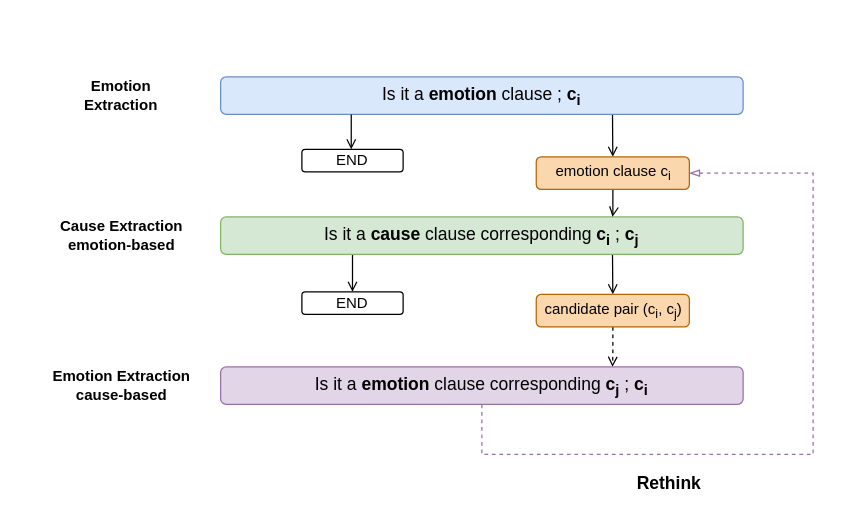
This is Untitled Diagram.drawio from zhoucz97/myLearning, a draw.io file, before an edit. Source tidied: cells renumbered, new cells numbered last; positions are measured from the earlier drawing's top-left corner, leaving out a move shared by most shapes. Both pictures are drawn from the tidied source at 125%, with x=0, y=0 at pixel (29, 76).
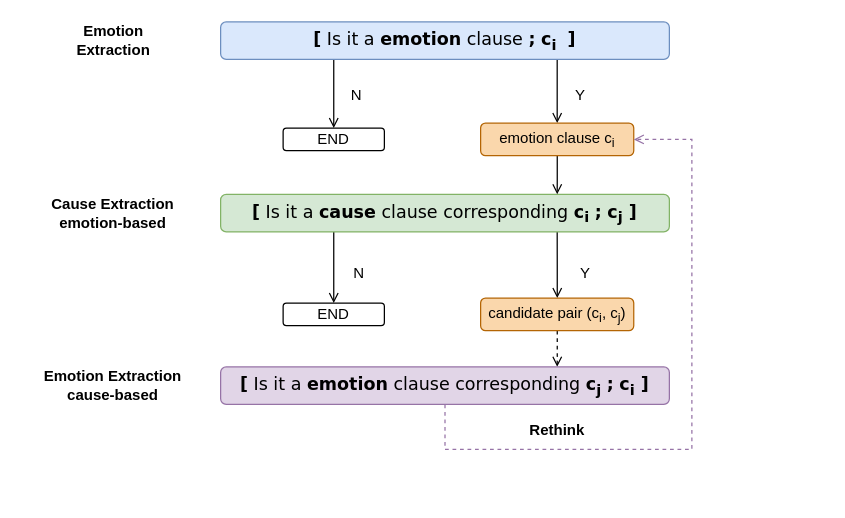
Above is the later version.

What changed in the source:
```diff
@@
+    <mxCell id="4" style="edgeStyle=orthogonalEdgeStyle;rounded=0;jettySize=auto;html=1;entryX=0.5;entryY=0;entryDx=0;entryDy=0;endArrow=open;endFill=0;" parent="1" edge="1" source="3" target="5">
+      <mxGeometry relative="1" as="geometry">
+        <Array as="points">
+          <mxPoint x="243" y="13" />
+        </Array>
+      </mxGeometry>
+    </mxCell>
-    <mxCell id="3" value="&lt;font style=&quot;font-size: 14px&quot;&gt;Is it a &lt;b&gt;emotion&lt;/b&gt; clause ; &lt;b&gt;c&lt;sub&gt;i&lt;/sub&gt;&lt;/b&gt;&lt;/font&gt;" style="rounded=1;whiteSpace=wrap;html=1;fillColor=#dae8fc;strokeColor=#6c8ebf;" parent="1" vertex="1">
-      <mxGeometry x="153" width="418" height="30" as="geometry" />
+    <mxCell id="3" value="&lt;font style=&quot;font-size: 14px&quot; face=&quot;Verdana&quot;&gt;&lt;b&gt;[&lt;/b&gt; Is it a &lt;b&gt;emotion&lt;/b&gt; clause &lt;b&gt;;&lt;/b&gt; &lt;b&gt;c&lt;/b&gt;&lt;sub style=&quot;font-weight: bold&quot;&gt;i&amp;nbsp;&lt;/sub&gt;&lt;b&gt;&amp;nbsp;]&lt;/b&gt;&lt;/font&gt;" style="rounded=1;whiteSpace=wrap;html=1;fillColor=#dae8fc;strokeColor=#6c8ebf;" parent="1" vertex="1">
+      <mxGeometry x="153" y="-44" width="359" height="30" as="geometry" />
     </mxCell>
-    <mxCell id="4" style="edgeStyle=orthogonalEdgeStyle;rounded=0;jettySize=auto;html=1;exitX=0.25;exitY=1;exitDx=0;exitDy=0;endArrow=open;endFill=0;" parent="1" edge="1" source="3" target="5">
-      <mxGeometry relative="1" as="geometry">
-        <Array as="points">
-          <mxPoint x="257" y="62" />
-        </Array>
-      </mxGeometry>
-    </mxCell>
     <mxCell id="5" value="END" style="rounded=1;whiteSpace=wrap;html=1;" parent="1" vertex="1">
-      <mxGeometry x="218" y="58" width="81" height="18" as="geometry" />
+      <mxGeometry x="203" y="41" width="81" height="18" as="geometry" />
     </mxCell>
+    <mxCell id="7" style="edgeStyle=orthogonalEdgeStyle;rounded=0;jettySize=auto;html=1;exitX=0.75;exitY=1;exitDx=0;exitDy=0;endArrow=open;endFill=0;" parent="1" edge="1" source="8" target="13">
+      <mxGeometry relative="1" as="geometry" />
+    </mxCell>
-    <mxCell id="6" style="edgeStyle=orthogonalEdgeStyle;rounded=0;jettySize=auto;html=1;entryX=0.5;entryY=0;entryDx=0;entryDy=0;exitX=0.25;exitY=1;exitDx=0;exitDy=0;endArrow=open;endFill=0;" parent="1" edge="1" source="8" target="11">
-      <mxGeometry relative="1" as="geometry" />
+    <mxCell id="6" style="edgeStyle=orthogonalEdgeStyle;rounded=0;jettySize=auto;html=1;entryX=0.5;entryY=0;entryDx=0;entryDy=0;endArrow=open;endFill=0;" parent="1" edge="1" source="8" target="11">
+      <mxGeometry relative="1" as="geometry">
+        <Array as="points">
+          <mxPoint x="243" y="153" />
+        </Array>
+      </mxGeometry>
     </mxCell>
-    <mxCell id="7" style="edgeStyle=orthogonalEdgeStyle;rounded=0;jettySize=auto;html=1;entryX=0.5;entryY=0;entryDx=0;entryDy=0;exitX=0.75;exitY=1;exitDx=0;exitDy=0;endArrow=open;endFill=0;" parent="1" edge="1" source="8" target="13">
-      <mxGeometry relative="1" as="geometry" />
-    </mxCell>
-    <mxCell id="8" value="&lt;font style=&quot;font-size: 14px&quot;&gt;Is it a &lt;b&gt;cause&lt;/b&gt; clause corresponding &lt;b&gt;c&lt;sub&gt;i&lt;/sub&gt;&lt;/b&gt; ; &lt;b&gt;c&lt;sub&gt;j&lt;/sub&gt;&lt;/b&gt;&lt;/font&gt;" style="rounded=1;whiteSpace=wrap;html=1;fillColor=#d5e8d4;strokeColor=#82b366;" parent="1" vertex="1">
-      <mxGeometry x="153" y="112" width="418" height="30" as="geometry" />
+    <mxCell id="8" value="&lt;font style=&quot;font-size: 14px&quot; face=&quot;Verdana&quot;&gt;&lt;b&gt;[&lt;/b&gt; Is it a &lt;b&gt;cause&lt;/b&gt; clause corresponding &lt;b&gt;c&lt;sub&gt;i&lt;/sub&gt;&lt;/b&gt; &lt;b&gt;;&lt;/b&gt; &lt;b&gt;c&lt;sub&gt;j&lt;/sub&gt;&amp;nbsp;]&lt;/b&gt;&lt;/font&gt;" style="rounded=1;whiteSpace=wrap;html=1;fillColor=#d5e8d4;strokeColor=#82b366;" parent="1" vertex="1">
+      <mxGeometry x="153" y="94" width="359" height="30" as="geometry" />
     </mxCell>
@@
     <mxCell id="10" value="emotion clause c&lt;sub&gt;i&lt;/sub&gt;" style="rounded=1;whiteSpace=wrap;html=1;fillColor=#fad7ac;strokeColor=#b46504;" parent="1" vertex="1">
-      <mxGeometry x="405.5" y="64" width="122.5" height="26" as="geometry" />
+      <mxGeometry x="361" y="37" width="122.5" height="26" as="geometry" />
     </mxCell>
     <mxCell id="11" value="END" style="rounded=1;whiteSpace=wrap;html=1;" parent="1" vertex="1">
-      <mxGeometry x="218" y="172" width="81" height="18" as="geometry" />
+      <mxGeometry x="203" y="181" width="81" height="18" as="geometry" />
     </mxCell>
@@
     <mxCell id="13" value="candidate pair (c&lt;sub&gt;i&lt;/sub&gt;, c&lt;sub&gt;j&lt;/sub&gt;)" style="rounded=1;whiteSpace=wrap;html=1;fillColor=#fad7ac;strokeColor=#b46504;" parent="1" vertex="1">
-      <mxGeometry x="405.5" y="174" width="122.5" height="26" as="geometry" />
+      <mxGeometry x="361" y="177" width="122.5" height="26" as="geometry" />
     </mxCell>
-    <mxCell id="14" style="rounded=0;jettySize=auto;html=1;entryX=1;entryY=0.5;entryDx=0;entryDy=0;exitX=0.5;exitY=1;exitDx=0;exitDy=0;edgeStyle=orthogonalEdgeStyle;endArrow=blockThin;endFill=0;dashed=1;fillColor=#e1d5e7;strokeColor=#9673a6;" parent="1" edge="1" source="15" target="10">
+    <mxCell id="14" style="edgeStyle=orthogonalEdgeStyle;rounded=0;jettySize=auto;html=1;entryX=1;entryY=0.5;entryDx=0;entryDy=0;dashed=1;endArrow=open;endFill=0;fillColor=#e1d5e7;strokeColor=#9673a6;" parent="1" edge="1" source="15" target="10">
       <mxGeometry relative="1" as="geometry">
         <Array as="points">
-          <mxPoint x="362" y="302" />
-          <mxPoint x="627" y="302" />
-          <mxPoint x="627" y="77" />
+          <mxPoint x="333" y="298" />
+          <mxPoint x="530" y="298" />
+          <mxPoint x="530" y="50" />
         </Array>
       </mxGeometry>
     </mxCell>
-    <mxCell id="15" value="&lt;font style=&quot;font-size: 14px&quot;&gt;Is it a &lt;b&gt;emotion&lt;/b&gt; clause corresponding &lt;b&gt;c&lt;sub&gt;j&lt;/sub&gt;&lt;/b&gt;&amp;nbsp;; &lt;b&gt;c&lt;sub&gt;i&lt;/sub&gt;&lt;/b&gt;&lt;/font&gt;" style="rounded=1;whiteSpace=wrap;html=1;fillColor=#e1d5e7;strokeColor=#9673a6;" parent="1" vertex="1">
-      <mxGeometry x="153" y="232" width="418" height="30" as="geometry" />
+    <mxCell id="15" value="&lt;font style=&quot;font-size: 14px&quot; face=&quot;Verdana&quot;&gt;&lt;b&gt;[&lt;/b&gt; Is it a &lt;b&gt;emotion&lt;/b&gt; clause corresponding &lt;b&gt;c&lt;sub&gt;j&lt;/sub&gt;&lt;/b&gt;&amp;nbsp;&lt;b&gt;;&lt;/b&gt; &lt;b&gt;c&lt;sub&gt;i&lt;/sub&gt;&amp;nbsp;]&lt;/b&gt;&lt;/font&gt;" style="rounded=1;whiteSpace=wrap;html=1;fillColor=#e1d5e7;strokeColor=#9673a6;" parent="1" vertex="1">
+      <mxGeometry x="153" y="232" width="359" height="30" as="geometry" />
     </mxCell>
     <mxCell id="16" value="&lt;b&gt;Emotion&lt;br&gt;Extraction&lt;/b&gt;" style="text;html=1;strokeColor=none;fillColor=none;align=center;verticalAlign=middle;whiteSpace=wrap;rounded=0;" parent="1" vertex="1">
-      <mxGeometry y="5" width="147" height="20" as="geometry" />
+      <mxGeometry x="-6.5" y="-39" width="147" height="20" as="geometry" />
     </mxCell>
     <mxCell id="17" value="&lt;b&gt;Cause Extraction &lt;br&gt;emotion-based&lt;/b&gt;" style="text;html=1;strokeColor=none;fillColor=none;align=center;verticalAlign=middle;whiteSpace=wrap;rounded=0;" parent="1" vertex="1">
-      <mxGeometry x="5.8" y="117" width="135.5" height="20" as="geometry" />
+      <mxGeometry x="-0.8" y="99" width="135.5" height="20" as="geometry" />
     </mxCell>
     <mxCell id="18" value="&lt;b&gt;Emotion Extraction &lt;br&gt;cause-based&lt;/b&gt;" style="text;html=1;strokeColor=none;fillColor=none;align=center;verticalAlign=middle;whiteSpace=wrap;rounded=0;" parent="1" vertex="1">
-      <mxGeometry x="6.5" y="237" width="134" height="20" as="geometry" />
+      <mxGeometry y="237" width="134" height="20" as="geometry" />
     </mxCell>
+    <mxCell id="20" value="N" style="text;html=1;strokeColor=none;fillColor=none;align=center;verticalAlign=middle;whiteSpace=wrap;rounded=0;" parent="1" vertex="1">
+      <mxGeometry x="242" y="5" width="40" height="20" as="geometry" />
+    </mxCell>
+    <mxCell id="21" value="Y" style="text;html=1;strokeColor=none;fillColor=none;align=center;verticalAlign=middle;whiteSpace=wrap;rounded=0;" parent="1" vertex="1">
+      <mxGeometry x="421" y="5" width="40" height="20" as="geometry" />
+    </mxCell>
+    <mxCell id="22" value="N" style="text;html=1;strokeColor=none;fillColor=none;align=center;verticalAlign=middle;whiteSpace=wrap;rounded=0;" parent="1" vertex="1">
+      <mxGeometry x="244" y="147" width="40" height="20" as="geometry" />
+    </mxCell>
+    <mxCell id="23" value="Y" style="text;html=1;strokeColor=none;fillColor=none;align=center;verticalAlign=middle;whiteSpace=wrap;rounded=0;" parent="1" vertex="1">
+      <mxGeometry x="425" y="147" width="40" height="20" as="geometry" />
+    </mxCell>
-    <mxCell id="19" value="&lt;b&gt;&lt;font style=&quot;font-size: 14px&quot;&gt;Rethink&lt;/font&gt;&lt;/b&gt;" style="text;html=1;strokeColor=none;fillColor=none;align=center;verticalAlign=middle;whiteSpace=wrap;rounded=0;" parent="1" vertex="1">
-      <mxGeometry x="492" y="315" width="40" height="20" as="geometry" />
+    <mxCell id="19" value="&lt;b&gt;Rethink&lt;/b&gt;" style="text;html=1;strokeColor=none;fillColor=none;align=center;verticalAlign=middle;whiteSpace=wrap;rounded=0;" parent="1" vertex="1">
+      <mxGeometry x="394.9" y="273" width="54.8" height="20" as="geometry" />
     </mxCell>
```
